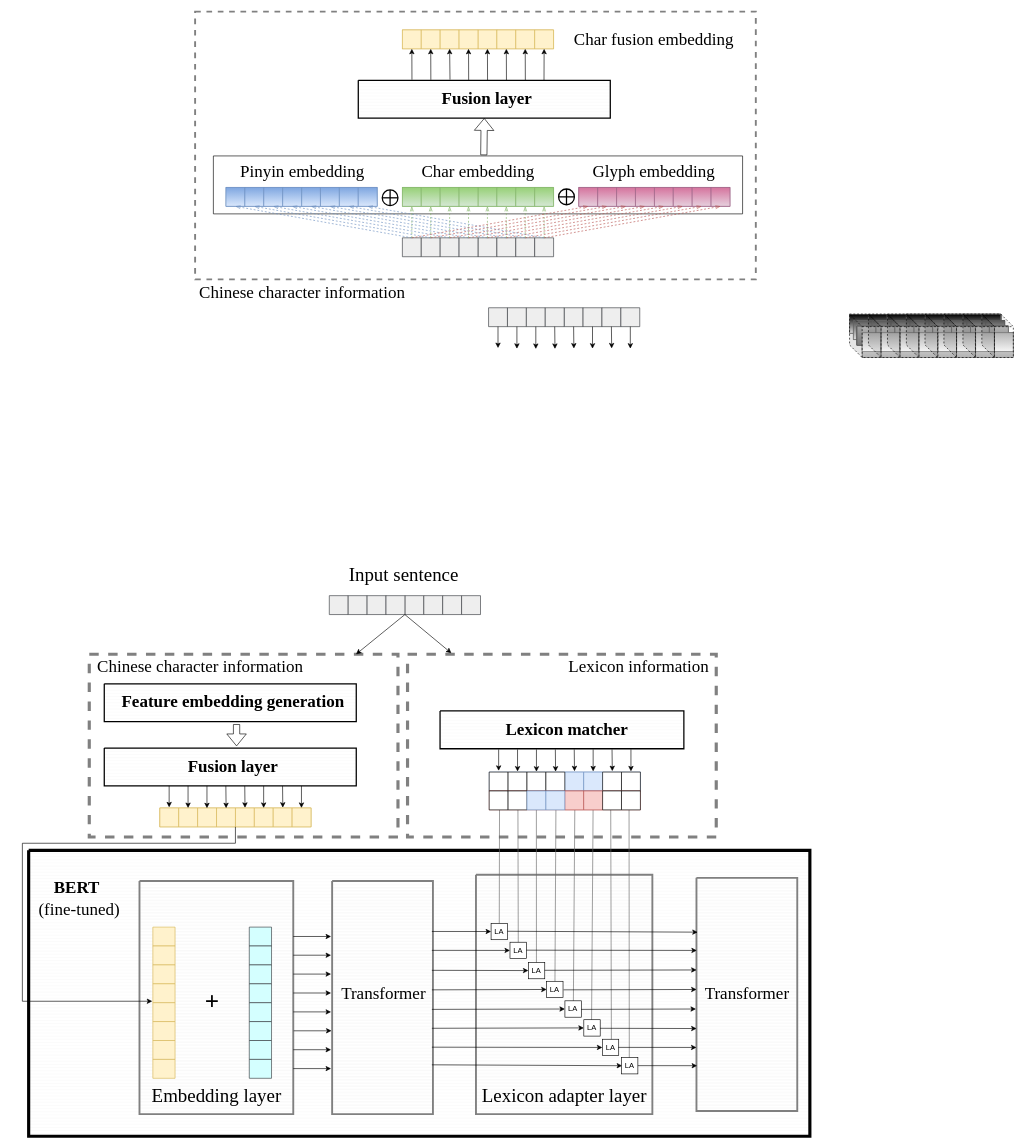
Above: SCLert_model.drawio in JJackMoO/Jackert_draw (draw.io), before the change. Source tidied: cells renumbered, new cells numbered last; positions are measured from the earlier drawing's top-left corner, leaving out a move shared by most shapes. Both pictures are drawn from the tidied source at 63%, with x=0, y=0 at pixel (22, 11).
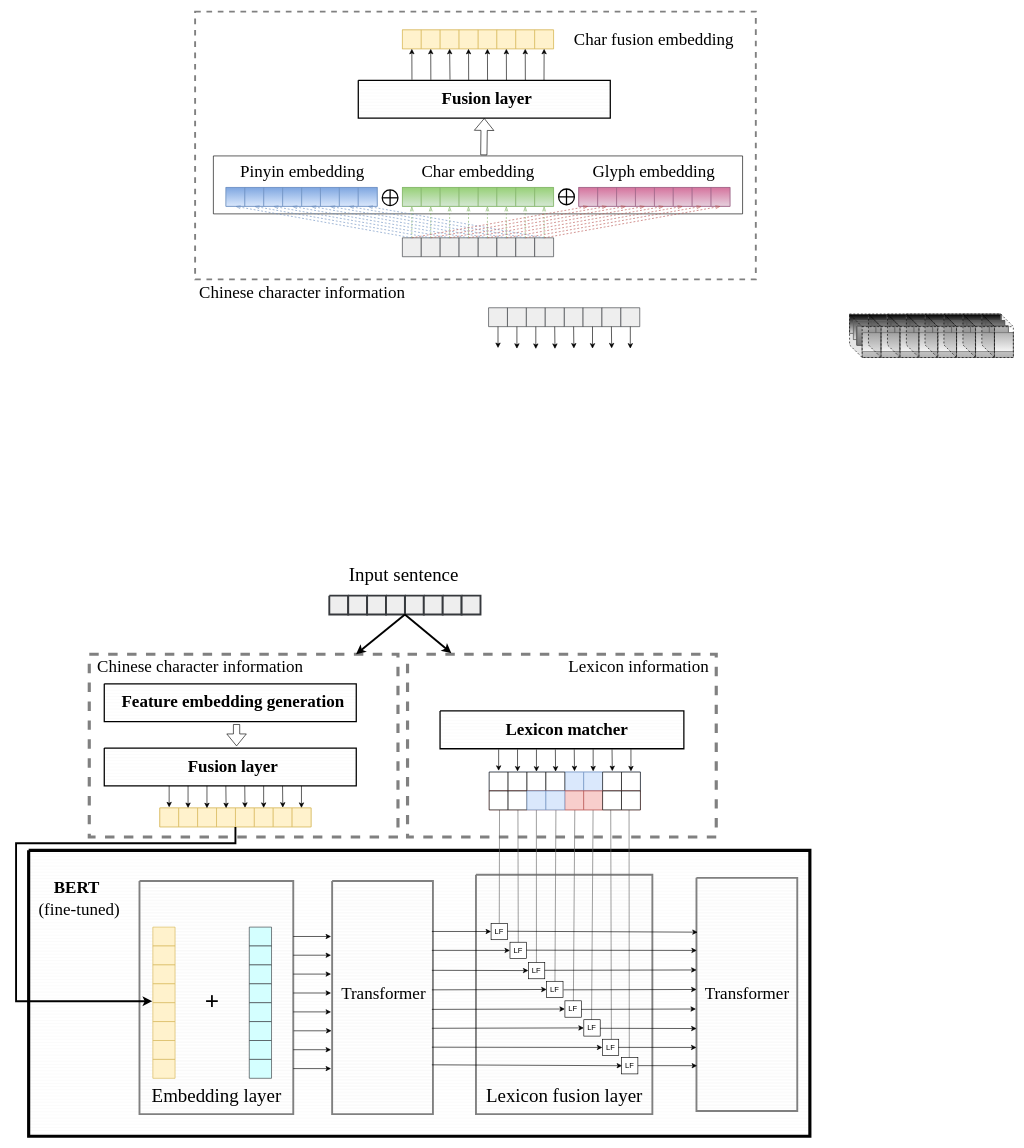
After the change.

Unchanged cells that the change refers to:
```xml
<mxCell id="2" style="verticalLabelPosition=bottom;verticalAlign=top;html=1;shape=mxgraph.basic.rect;fillColor2=none;strokeWidth=5;size=20;indent=5;shadow=0;sketch=0;fillStyle=auto;fontFamily=Times New Roman;fontSize=27;fillColor=none;gradientDirection=north;dashed=1;fontColor=#333333;strokeColor=#808080;" parent="1" vertex="1">
  <mxGeometry x="106.2" y="1020" width="490" height="290" as="geometry" />
</mxCell>
<mxCell id="6" style="verticalLabelPosition=bottom;verticalAlign=top;html=1;shape=mxgraph.basic.rect;fillColor2=none;strokeWidth=5;size=20;indent=5;shadow=0;sketch=0;fillStyle=auto;fontFamily=Times New Roman;fontSize=27;fillColor=none;gradientDirection=north;dashed=1;fontColor=#333333;strokeColor=#808080;" parent="1" vertex="1">
  <mxGeometry x="611.4" y="1020" width="490" height="290" as="geometry" />
</mxCell>
<mxCell id="25" style="verticalLabelPosition=bottom;verticalAlign=top;html=1;shape=mxgraph.basic.patternFillRect;fillStyle=auto;step=5;fillStrokeWidth=0.2;fillStrokeColor=#dddddd;gradientDirection=north;strokeColor=#d6b656;shadow=0;sketch=0;fillColor=#fff2cc;" parent="1" vertex="1">
  <mxGeometry x="207.1" y="1543.1" width="35.3" height="30" as="geometry" />
</mxCell>
<mxCell id="449" style="verticalLabelPosition=bottom;verticalAlign=top;html=1;shape=mxgraph.basic.patternFillRect;fillStyle=auto;step=5;fillStrokeWidth=0.2;fillStrokeColor=#dddddd;gradientDirection=north;strokeColor=#d6b656;shadow=0;sketch=0;fillColor=#fff2cc;" parent="442" vertex="1">
  <mxGeometry x="90" width="30" height="30" as="geometry" />
</mxCell>
```

Diff of the diagram source:
```diff
@@
-    <mxCell id="283" value="&lt;font style=&quot;font-size: 30px;&quot;&gt;Lexicon adapter layer&lt;/font&gt;" style="text;html=1;align=center;verticalAlign=middle;fillColor=none;strokeColor=none;rounded=0;shadow=0;sketch=0;fillStyle=auto;fontFamily=Times New Roman;fontSize=27;" parent="1" vertex="1">
-      <mxGeometry x="720.2" y="1699.9" width="280" height="40" as="geometry" />
+    <mxCell id="283" value="&lt;font style=&quot;font-size: 30px;&quot;&gt;Lexicon fusion layer&lt;/font&gt;" style="text;html=1;align=center;verticalAlign=middle;fillColor=none;strokeColor=none;rounded=0;shadow=0;sketch=0;fillStyle=auto;fontFamily=Times New Roman;fontSize=27;" parent="1" vertex="1">
+      <mxGeometry x="730.2" y="1699.9" width="260" height="40" as="geometry" />
     </mxCell>
@@
-    <mxCell id="390" value="LA" style="whiteSpace=wrap;html=1;strokeWidth=1;" parent="1" vertex="1">
+    <mxCell id="390" value="LF" style="whiteSpace=wrap;html=1;strokeWidth=1;" parent="1" vertex="1">
       <mxGeometry x="744" y="1447.1" width="26" height="26" as="geometry" />
     </mxCell>
-    <mxCell id="391" value="LA" style="whiteSpace=wrap;html=1;strokeWidth=1;" parent="1" vertex="1">
+    <mxCell id="391" value="LF" style="whiteSpace=wrap;html=1;strokeWidth=1;" parent="1" vertex="1">
       <mxGeometry x="774" y="1477.1" width="26" height="26" as="geometry" />
     </mxCell>
-    <mxCell id="392" value="LA" style="whiteSpace=wrap;html=1;strokeWidth=1;" parent="1" vertex="1">
+    <mxCell id="392" value="LF" style="whiteSpace=wrap;html=1;strokeWidth=1;" parent="1" vertex="1">
       <mxGeometry x="803.2" y="1509.1" width="26" height="26" as="geometry" />
     </mxCell>
-    <mxCell id="393" value="LA" style="whiteSpace=wrap;html=1;strokeWidth=1;" parent="1" vertex="1">
+    <mxCell id="393" value="LF" style="whiteSpace=wrap;html=1;strokeWidth=1;" parent="1" vertex="1">
       <mxGeometry x="832.2" y="1539.1" width="26" height="26" as="geometry" />
     </mxCell>
-    <mxCell id="394" value="LA" style="whiteSpace=wrap;html=1;strokeWidth=1;" parent="1" vertex="1">
+    <mxCell id="394" value="LF" style="whiteSpace=wrap;html=1;strokeWidth=1;" parent="1" vertex="1">
       <mxGeometry x="861.2" y="1570.1" width="26" height="26" as="geometry" />
     </mxCell>
-    <mxCell id="395" value="LA" style="whiteSpace=wrap;html=1;strokeWidth=1;" parent="1" vertex="1">
+    <mxCell id="395" value="LF" style="whiteSpace=wrap;html=1;strokeWidth=1;" parent="1" vertex="1">
       <mxGeometry x="891.2" y="1600.1" width="26" height="26" as="geometry" />
     </mxCell>
-    <mxCell id="396" value="LA" style="whiteSpace=wrap;html=1;strokeWidth=1;" parent="1" vertex="1">
+    <mxCell id="396" value="LF" style="whiteSpace=wrap;html=1;strokeWidth=1;" parent="1" vertex="1">
       <mxGeometry x="920.6" y="1631.1" width="26" height="26" as="geometry" />
     </mxCell>
-    <mxCell id="397" value="LA" style="whiteSpace=wrap;html=1;strokeWidth=1;" parent="1" vertex="1">
+    <mxCell id="397" value="LF" style="whiteSpace=wrap;html=1;strokeWidth=1;" parent="1" vertex="1">
       <mxGeometry x="951" y="1660.1" width="26" height="26" as="geometry" />
     </mxCell>
@@
-    <mxCell id="417" style="group;" parent="1" vertex="1">
+    <mxCell id="417" style="group;strokeWidth=3;" parent="1" vertex="1">
       <mxGeometry x="487.2" y="927" width="240" height="30" as="geometry" />
     </mxCell>
-    <mxCell id="418" style="verticalLabelPosition=bottom;verticalAlign=top;html=1;shape=mxgraph.basic.patternFillRect;fillStyle=auto;step=5;fillStrokeWidth=0.2;fillStrokeColor=#dddddd;gradientDirection=north;strokeColor=#36393d;shadow=0;sketch=0;fillColor=#eeeeee;" parent="417" vertex="1">
+    <mxCell id="418" style="verticalLabelPosition=bottom;verticalAlign=top;html=1;shape=mxgraph.basic.patternFillRect;fillStyle=auto;step=5;fillStrokeWidth=0.2;fillStrokeColor=#dddddd;gradientDirection=north;strokeColor=#36393d;shadow=0;sketch=0;fillColor=#eeeeee;strokeWidth=3;" parent="417" vertex="1">
       <mxGeometry width="30" height="30" as="geometry" />
     </mxCell>
-    <mxCell id="419" style="verticalLabelPosition=bottom;verticalAlign=top;html=1;shape=mxgraph.basic.patternFillRect;fillStyle=auto;step=5;fillStrokeWidth=0.2;fillStrokeColor=#dddddd;gradientDirection=north;strokeColor=#36393d;shadow=0;sketch=0;fillColor=#eeeeee;" parent="417" vertex="1">
+    <mxCell id="419" style="verticalLabelPosition=bottom;verticalAlign=top;html=1;shape=mxgraph.basic.patternFillRect;fillStyle=auto;step=5;fillStrokeWidth=0.2;fillStrokeColor=#dddddd;gradientDirection=north;strokeColor=#36393d;shadow=0;sketch=0;fillColor=#eeeeee;strokeWidth=3;" parent="417" vertex="1">
       <mxGeometry x="120" width="30" height="30" as="geometry" />
     </mxCell>
-    <mxCell id="420" style="verticalLabelPosition=bottom;verticalAlign=top;html=1;shape=mxgraph.basic.patternFillRect;fillStyle=auto;step=5;fillStrokeWidth=0.2;fillStrokeColor=#dddddd;gradientDirection=north;strokeColor=#36393d;shadow=0;sketch=0;fillColor=#eeeeee;" parent="417" vertex="1">
+    <mxCell id="420" style="verticalLabelPosition=bottom;verticalAlign=top;html=1;shape=mxgraph.basic.patternFillRect;fillStyle=auto;step=5;fillStrokeWidth=0.2;fillStrokeColor=#dddddd;gradientDirection=north;strokeColor=#36393d;shadow=0;sketch=0;fillColor=#eeeeee;strokeWidth=3;" parent="417" vertex="1">
       <mxGeometry x="30" width="30" height="30" as="geometry" />
     </mxCell>
-    <mxCell id="421" style="verticalLabelPosition=bottom;verticalAlign=top;html=1;shape=mxgraph.basic.patternFillRect;fillStyle=auto;step=5;fillStrokeWidth=0.2;fillStrokeColor=#dddddd;gradientDirection=north;strokeColor=#36393d;shadow=0;sketch=0;fillColor=#eeeeee;" parent="417" vertex="1">
+    <mxCell id="421" style="verticalLabelPosition=bottom;verticalAlign=top;html=1;shape=mxgraph.basic.patternFillRect;fillStyle=auto;step=5;fillStrokeWidth=0.2;fillStrokeColor=#dddddd;gradientDirection=north;strokeColor=#36393d;shadow=0;sketch=0;fillColor=#eeeeee;strokeWidth=3;" parent="417" vertex="1">
       <mxGeometry x="150" width="30" height="30" as="geometry" />
     </mxCell>
-    <mxCell id="422" style="verticalLabelPosition=bottom;verticalAlign=top;html=1;shape=mxgraph.basic.patternFillRect;fillStyle=auto;step=5;fillStrokeWidth=0.2;fillStrokeColor=#dddddd;gradientDirection=north;strokeColor=#36393d;shadow=0;sketch=0;fillColor=#eeeeee;" parent="417" vertex="1">
+    <mxCell id="422" style="verticalLabelPosition=bottom;verticalAlign=top;html=1;shape=mxgraph.basic.patternFillRect;fillStyle=auto;step=5;fillStrokeWidth=0.2;fillStrokeColor=#dddddd;gradientDirection=north;strokeColor=#36393d;shadow=0;sketch=0;fillColor=#eeeeee;strokeWidth=3;" parent="417" vertex="1">
       <mxGeometry x="60" width="30" height="30" as="geometry" />
     </mxCell>
-    <mxCell id="423" style="verticalLabelPosition=bottom;verticalAlign=top;html=1;shape=mxgraph.basic.patternFillRect;fillStyle=auto;step=5;fillStrokeWidth=0.2;fillStrokeColor=#dddddd;gradientDirection=north;strokeColor=#36393d;shadow=0;sketch=0;fillColor=#eeeeee;" parent="417" vertex="1">
+    <mxCell id="423" style="verticalLabelPosition=bottom;verticalAlign=top;html=1;shape=mxgraph.basic.patternFillRect;fillStyle=auto;step=5;fillStrokeWidth=0.2;fillStrokeColor=#dddddd;gradientDirection=north;strokeColor=#36393d;shadow=0;sketch=0;fillColor=#eeeeee;strokeWidth=3;" parent="417" vertex="1">
       <mxGeometry x="180" width="30" height="30" as="geometry" />
     </mxCell>
-    <mxCell id="424" style="verticalLabelPosition=bottom;verticalAlign=top;html=1;shape=mxgraph.basic.patternFillRect;fillStyle=auto;step=5;fillStrokeWidth=0.2;fillStrokeColor=#dddddd;gradientDirection=north;strokeColor=#36393d;shadow=0;sketch=0;fillColor=#eeeeee;" parent="417" vertex="1">
+    <mxCell id="424" style="verticalLabelPosition=bottom;verticalAlign=top;html=1;shape=mxgraph.basic.patternFillRect;fillStyle=auto;step=5;fillStrokeWidth=0.2;fillStrokeColor=#dddddd;gradientDirection=north;strokeColor=#36393d;shadow=0;sketch=0;fillColor=#eeeeee;strokeWidth=3;" parent="417" vertex="1">
       <mxGeometry x="90" width="30" height="30" as="geometry" />
     </mxCell>
-    <mxCell id="425" style="verticalLabelPosition=bottom;verticalAlign=top;html=1;shape=mxgraph.basic.patternFillRect;fillStyle=auto;step=5;fillStrokeWidth=0.2;fillStrokeColor=#dddddd;gradientDirection=north;strokeColor=#36393d;shadow=0;sketch=0;fillColor=#eeeeee;" parent="417" vertex="1">
+    <mxCell id="425" style="verticalLabelPosition=bottom;verticalAlign=top;html=1;shape=mxgraph.basic.patternFillRect;fillStyle=auto;step=5;fillStrokeWidth=0.2;fillStrokeColor=#dddddd;gradientDirection=north;strokeColor=#36393d;shadow=0;sketch=0;fillColor=#eeeeee;strokeWidth=3;" parent="417" vertex="1">
       <mxGeometry x="210" width="30" height="30" as="geometry" />
     </mxCell>
@@
-    <mxCell id="451" style="rounded=0;jettySize=auto;html=1;exitX=1;exitY=1;exitDx=0;exitDy=0;exitPerimeter=0;entryX=-0.027;entryY=0.922;entryDx=0;entryDy=0;entryPerimeter=0;fontSize=30;elbow=vertical;edgeStyle=orthogonalEdgeStyle;" parent="1" edge="1" source="449" target="25">
+    <mxCell id="451" style="rounded=0;jettySize=auto;html=1;exitX=1;exitY=1;exitDx=0;exitDy=0;exitPerimeter=0;entryX=-0.027;entryY=0.922;entryDx=0;entryDy=0;entryPerimeter=0;fontSize=30;elbow=vertical;edgeStyle=orthogonalEdgeStyle;strokeWidth=3;" parent="1" edge="1" source="449" target="25">
       <mxGeometry relative="1" as="geometry">
         <Array as="points">
           <mxPoint x="338" y="1320" />
-          <mxPoint y="1320" />
-          <mxPoint y="1571" />
+          <mxPoint x="-10" y="1320" />
+          <mxPoint x="-10" y="1571" />
         </Array>
       </mxGeometry>
     </mxCell>
@@
-    <mxCell id="460" style="endArrow=classic;html=1;rounded=0;fontSize=30;elbow=vertical;exitX=1;exitY=1;exitDx=0;exitDy=0;exitPerimeter=0;entryX=0.142;entryY=-0.006;entryDx=0;entryDy=0;entryPerimeter=0;" parent="1" edge="1" source="424" target="6">
+    <mxCell id="460" style="endArrow=classic;html=1;rounded=0;fontSize=30;elbow=vertical;exitX=1;exitY=1;exitDx=0;exitDy=0;exitPerimeter=0;entryX=0.142;entryY=-0.006;entryDx=0;entryDy=0;entryPerimeter=0;strokeWidth=3;" parent="1" edge="1" source="424" target="6">
       <mxGeometry relative="1" as="geometry" />
     </mxCell>
-    <mxCell id="461" style="endArrow=classic;html=1;rounded=0;fontSize=30;elbow=vertical;exitX=1;exitY=1;exitDx=0;exitDy=0;exitPerimeter=0;" parent="1" edge="1" source="424" target="2">
+    <mxCell id="461" style="endArrow=classic;html=1;rounded=0;fontSize=30;elbow=vertical;exitX=1;exitY=1;exitDx=0;exitDy=0;exitPerimeter=0;strokeWidth=3;" parent="1" edge="1" source="424" target="2">
       <mxGeometry relative="1" as="geometry" />
     </mxCell>
```
